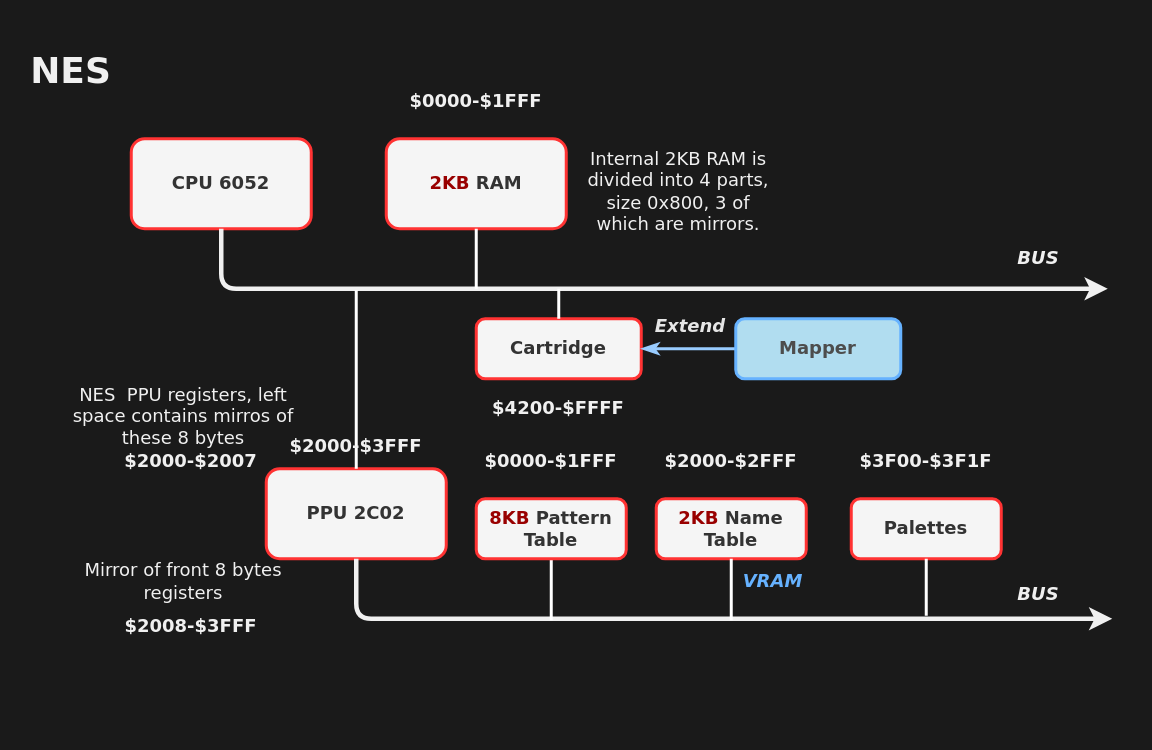
HangX-Ma/tinynes keeps this draw.io diagram as assets/nes_structure.drawio. Above is the earlier version. Source tidied: cells renumbered, new cells numbered last; positions are measured from the earlier drawing's top-left corner, leaving out a move shared by most shapes. Both pictures are drawn from the tidied source at 150%, with x=0, y=0 at pixel (26, 48).
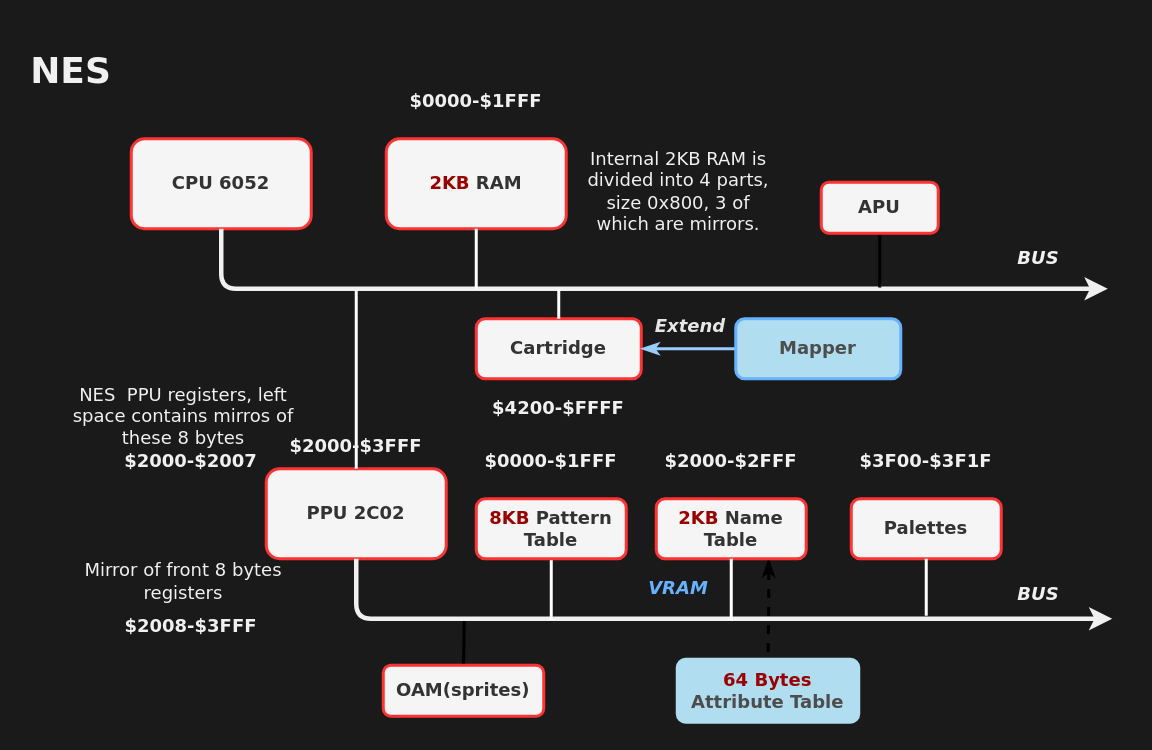
The same diagram, later.

Unchanged cells that the change refers to:
```xml
<mxCell id="19" value="&lt;font color=&quot;#990000&quot;&gt;2KB&lt;/font&gt; Name Table" style="whiteSpace=wrap;html=1;fontFamily=Verdana;fontStyle=1;labelBackgroundColor=none;rounded=1;glass=0;shadow=0;fillColor=#f5f5f5;strokeColor=#FF3333;fillStyle=solid;fontColor=#333333;labelBorderColor=none;strokeWidth=2;" parent="1" vertex="1">
  <mxGeometry x="420" y="300" width="100" height="40" as="geometry" />
</mxCell>
```

The edit, as a diff of the source:
```diff
@@
+    <mxCell id="35" style="edgeStyle=orthogonalEdgeStyle;html=1;exitX=0.75;exitY=1;exitDx=0;exitDy=0;entryX=0.5;entryY=0;entryDx=0;entryDy=0;strokeWidth=2;fontColor=#990000;endArrow=none;endFill=0;startArrow=classicThin;startFill=1;dashed=1;" parent="1" edge="1" source="19" target="40">
+      <mxGeometry relative="1" as="geometry" />
+    </mxCell>
@@
     <mxCell id="34" value="&lt;b&gt;&lt;i&gt;&lt;font style=&quot;&quot; face=&quot;Verdana&quot; color=&quot;#66b2ff&quot;&gt;VRAM&lt;/font&gt;&lt;/i&gt;&lt;/b&gt;" style="text;align=center;html=1;verticalAlign=middle;whiteSpace=wrap;rounded=0;labelBackgroundColor=none;" parent="1" vertex="1">
-      <mxGeometry x="468" y="340" width="60" height="30" as="geometry" />
+      <mxGeometry x="405" y="345" width="60" height="30" as="geometry" />
     </mxCell>
+    <mxCell id="36" style="edgeStyle=none;html=1;exitX=0.5;exitY=1;exitDx=0;exitDy=0;fontColor=#333333;endArrow=none;endFill=0;strokeWidth=2;" parent="1" edge="1" source="37">
+      <mxGeometry relative="1" as="geometry">
+        <mxPoint x="569" y="159.2" as="targetPoint" />
+      </mxGeometry>
+    </mxCell>
+    <mxCell id="37" value="APU" style="whiteSpace=wrap;html=1;fontFamily=Verdana;fontStyle=1;labelBackgroundColor=none;rounded=1;glass=0;shadow=0;fillColor=#f5f5f5;strokeColor=#FF3333;fillStyle=solid;fontColor=#333333;labelBorderColor=none;strokeWidth=2;" parent="1" vertex="1">
+      <mxGeometry x="530" y="89" width="78" height="34" as="geometry" />
+    </mxCell>
+    <mxCell id="38" style="edgeStyle=none;html=1;exitX=0.5;exitY=0;exitDx=0;exitDy=0;strokeWidth=2;fontColor=#333333;endArrow=none;endFill=0;" parent="1" edge="1" source="39">
+      <mxGeometry relative="1" as="geometry">
+        <mxPoint x="292" y="381.6" as="targetPoint" />
+      </mxGeometry>
+    </mxCell>
+    <mxCell id="39" value="OAM(sprites)" style="whiteSpace=wrap;html=1;fontFamily=Verdana;fontStyle=1;labelBackgroundColor=none;rounded=1;glass=0;shadow=0;fillColor=#f5f5f5;strokeColor=#FF3333;fillStyle=solid;fontColor=#333333;labelBorderColor=none;strokeWidth=2;" parent="1" vertex="1">
+      <mxGeometry x="238" y="411" width="107" height="34" as="geometry" />
+    </mxCell>
+    <mxCell id="40" value="&lt;font&gt;&lt;font color=&quot;#990000&quot;&gt;64 Bytes&lt;/font&gt; Attribute Table&lt;/font&gt;" style="whiteSpace=wrap;html=1;fontFamily=Verdana;fontStyle=1;labelBackgroundColor=none;rounded=1;glass=0;shadow=0;fillColor=#b1ddf0;strokeColor=none;fillStyle=solid;labelBorderColor=none;strokeWidth=2;fontColor=#4D4D4D;" parent="1" vertex="1">
+      <mxGeometry x="433" y="406" width="123" height="44" as="geometry" />
+    </mxCell>
```
